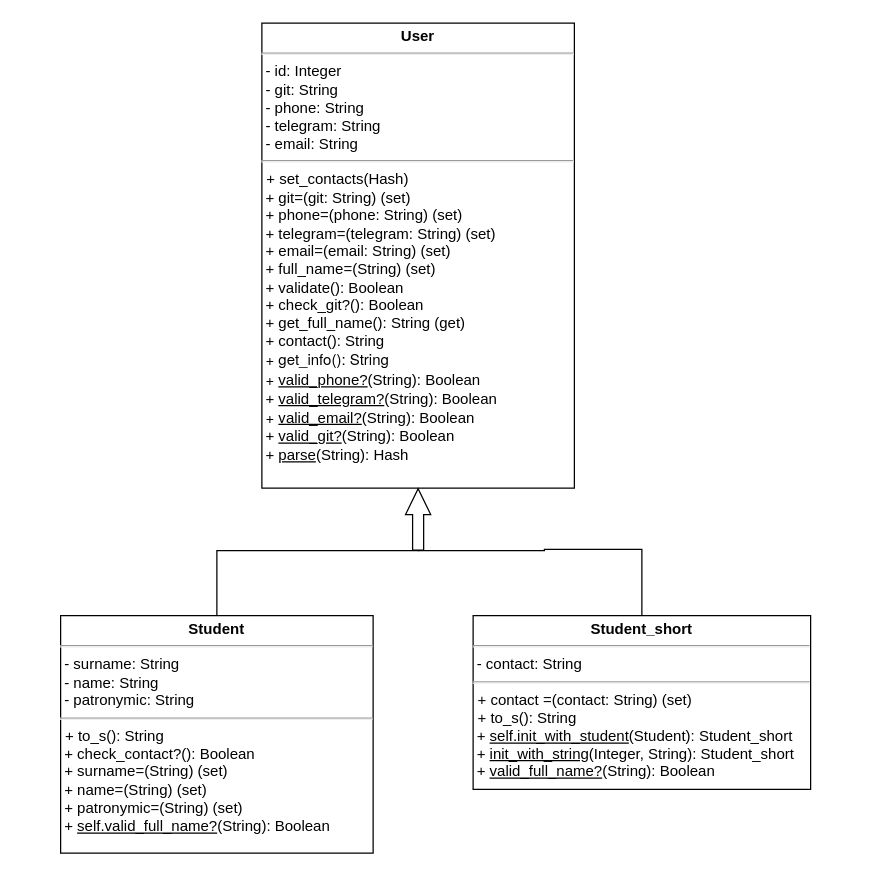
asyanix/designPatterns keeps this draw.io diagram as Student Authorization System/Student_Diagr.drawio. Above is the earlier version. Source tidied: cells renumbered, new cells numbered last; positions are measured from the earlier drawing's top-left corner, leaving out a move shared by most shapes. Both pictures are drawn from the tidied source at 125%, with x=0, y=0 at pixel (60, 22).
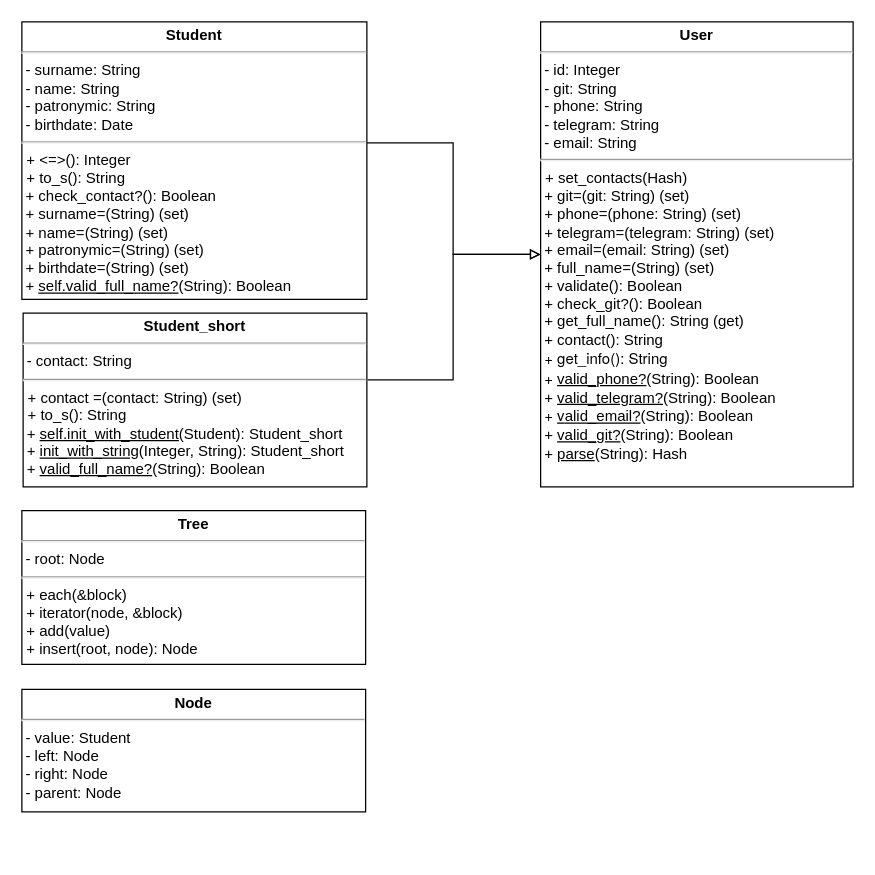
The same diagram, later.

Diff of the diagram source:
```diff
@@
 <mxGraphModel>
   <root>
     <mxCell id="0" />
     <mxCell id="1" parent="0" />
+    <mxCell id="8" style="edgeStyle=orthogonalEdgeStyle;rounded=0;jettySize=auto;html=1;exitX=0;exitY=0.5;exitDx=0;exitDy=0;endArrow=none;endFill=0;startArrow=block;startFill=0;" parent="1" edge="1" source="2">
+      <mxGeometry relative="1" as="geometry">
+        <mxPoint x="245.6" y="285.4" as="targetPoint" />
+        <Array as="points">
+          <mxPoint x="314" y="185" />
+          <mxPoint x="314" y="285" />
+        </Array>
+      </mxGeometry>
+    </mxCell>
     <mxCell id="2" value="&lt;p style=&quot;margin: 4px 0px 0px; text-align: center;&quot;&gt;&lt;b style=&quot;&quot;&gt;&lt;font style=&quot;font-size: 12px;&quot;&gt;User&lt;/font&gt;&lt;/b&gt;&lt;/p&gt;&lt;hr style=&quot;&quot;&gt;&lt;div style=&quot;border-color: var(--border-color);&quot;&gt;&lt;font style=&quot;border-color: var(--border-color); font-size: 12px;&quot; face=&quot;Helvetica&quot;&gt;&amp;nbsp;- id: Integer&lt;/font&gt;&lt;/div&gt;&lt;div style=&quot;border-color: var(--border-color);&quot;&gt;&lt;font style=&quot;font-size: 12px;&quot;&gt;&amp;nbsp;-&lt;/font&gt;&lt;span style=&quot;background-color: initial;&quot;&gt;&amp;nbsp;git: String&amp;nbsp;&lt;/span&gt;&lt;/div&gt;&lt;div style=&quot;border-color: var(--border-color);&quot;&gt;&lt;font style=&quot;font-size: 12px;&quot;&gt;&amp;nbsp;- phone: String&lt;/font&gt;&lt;/div&gt;&lt;div style=&quot;border-color: var(--border-color);&quot;&gt;&lt;font style=&quot;font-size: 12px;&quot;&gt;&amp;nbsp;- telegram: String&lt;/font&gt;&lt;/div&gt;&lt;div style=&quot;border-color: var(--border-color);&quot;&gt;&lt;font style=&quot;font-size: 12px;&quot;&gt;&amp;nbsp;- email: String&lt;/font&gt;&lt;/div&gt;&lt;hr style=&quot;&quot;&gt;&lt;p style=&quot;margin: 0px 0px 0px 4px;&quot;&gt;&lt;font style=&quot;font-size: 12px;&quot;&gt;+ set_contacts(Hash)&amp;nbsp;&lt;/font&gt;&lt;/p&gt;&lt;font style=&quot;font-size: 12px;&quot;&gt;&amp;nbsp;+ git=(git: String) (set)&lt;br&gt;&amp;nbsp;+ phone=(phone: String) (set)&lt;br&gt;&amp;nbsp;+ telegram=(telegram: String) (set)&lt;br&gt;&amp;nbsp;+&amp;nbsp;email=(email: String) (set)&lt;br style=&quot;&quot;&gt;&amp;nbsp;+ full_name=(String) (set)&lt;br style=&quot;&quot;&gt;&amp;nbsp;+&amp;nbsp;validate(): Boolean&lt;br style=&quot;&quot;&gt;&amp;nbsp;+&amp;nbsp;check_git?(): Boolean&lt;br style=&quot;&quot;&gt;&amp;nbsp;+&amp;nbsp;get_full_name(): String (get)&lt;br style=&quot;&quot;&gt;&amp;nbsp;+ contact(): String&lt;br style=&quot;&quot;&gt;&lt;span style=&quot;font-family: &amp;quot;Helvetica Neue&amp;quot;; background-color: initial;&quot; class=&quot;Apple-converted-space&quot;&gt;&amp;nbsp;+ get_info(): String&lt;span style=&quot;background-color: initial;&quot; class=&quot;Apple-converted-space&quot;&gt;&amp;nbsp;&lt;/span&gt;&lt;span style=&quot;background-color: initial;&quot;&gt;&amp;nbsp;&lt;br&gt;&lt;/span&gt;&amp;nbsp;+&amp;nbsp;&lt;/span&gt;&lt;u&gt;valid_phone?&lt;/u&gt;(String): Boolean&lt;br&gt;&amp;nbsp;+&amp;nbsp;&lt;u&gt;valid_telegram?&lt;/u&gt;(String): Boolean&lt;span style=&quot;font-family: &amp;quot;Helvetica Neue&amp;quot;; background-color: initial;&quot; class=&quot;Apple-converted-space&quot;&gt;&amp;nbsp;&lt;br&gt;&amp;nbsp;+&amp;nbsp;&lt;u&gt;v&lt;/u&gt;&lt;/span&gt;&lt;u&gt;alid_email?&lt;/u&gt;(String): Boolean&lt;br&gt;&amp;nbsp;+&amp;nbsp;&lt;u&gt;valid_git?&lt;/u&gt;(String): Boolean&lt;br&gt;&amp;nbsp;+&amp;nbsp;&lt;u&gt;parse&lt;/u&gt;(String): Hash&amp;nbsp;&lt;span style=&quot;font-family: &amp;quot;Helvetica Neue&amp;quot;; background-color: initial;&quot;&gt;&lt;/span&gt;&lt;br&gt;&lt;br&gt;&lt;span style=&quot;font-family: &amp;quot;Helvetica Neue&amp;quot;; background-color: initial;&quot; class=&quot;Apple-converted-space&quot;&gt;&amp;nbsp;&lt;/span&gt;&lt;/font&gt;" style="verticalAlign=top;align=left;overflow=fill;fontSize=12;fontFamily=Helvetica;html=1;whiteSpace=wrap;spacingLeft=1;spacing=0;spacingTop=0;" parent="1" vertex="1">
-      <mxGeometry x="161" width="250" height="372" as="geometry" />
+      <mxGeometry x="384" y="-1" width="250" height="372" as="geometry" />
     </mxCell>
-    <mxCell id="3" style="edgeStyle=orthogonalEdgeStyle;rounded=0;jettySize=auto;html=1;endArrow=none;endFill=0;exitX=0.5;exitY=0;exitDx=0;exitDy=0;" parent="1" edge="1" source="4">
-      <mxGeometry relative="1" as="geometry">
-        <mxPoint x="287" y="422" as="targetPoint" />
-        <Array as="points">
-          <mxPoint x="125" y="422" />
-        </Array>
-      </mxGeometry>
-    </mxCell>
-    <mxCell id="4" value="&lt;p style=&quot;margin: 4px 0px 0px; text-align: center; font-size: 12px;&quot;&gt;&lt;b style=&quot;font-size: 12px;&quot;&gt;&lt;font style=&quot;font-size: 12px;&quot;&gt;Student&lt;/font&gt;&lt;/b&gt;&lt;/p&gt;&lt;hr style=&quot;font-size: 12px;&quot;&gt;&lt;div style=&quot;border-color: var(--border-color); font-size: 12px;&quot;&gt;&lt;font style=&quot;border-color: var(--border-color); font-size: 12px;&quot;&gt;&amp;nbsp;- surname: String&amp;nbsp;&lt;br style=&quot;font-size: 12px;&quot;&gt;&lt;/font&gt;&lt;/div&gt;&lt;div style=&quot;border-color: var(--border-color); font-size: 12px;&quot;&gt;&lt;font style=&quot;border-color: var(--border-color); font-size: 12px;&quot;&gt;&amp;nbsp;- name: String&amp;nbsp;&lt;/font&gt;&lt;/div&gt;&lt;div style=&quot;border-color: var(--border-color); font-size: 12px;&quot;&gt;&lt;font style=&quot;border-color: var(--border-color); font-size: 12px;&quot;&gt;&amp;nbsp;- patronymic: String&amp;nbsp;&lt;/font&gt;&lt;/div&gt;&lt;hr style=&quot;font-size: 12px;&quot;&gt;&lt;p style=&quot;margin: 0px 0px 0px 4px; font-size: 12px;&quot;&gt;&lt;font style=&quot;font-size: 12px;&quot;&gt;+ t&lt;/font&gt;o_s(): String&lt;span style=&quot;font-size: 12px; background-color: initial;&quot; class=&quot;Apple-converted-space&quot;&gt;&amp;nbsp;&lt;/span&gt;&lt;/p&gt;&lt;font style=&quot;font-size: 12px;&quot;&gt;&amp;nbsp;+&amp;nbsp;check_contact?(): Boolean&lt;br style=&quot;font-size: 12px;&quot;&gt;&amp;nbsp;+ surname=(String) (set)&lt;br style=&quot;font-size: 12px;&quot;&gt;&amp;nbsp;+&amp;nbsp;name=(String) (set)&lt;br style=&quot;font-size: 12px;&quot;&gt;&amp;nbsp;+ patronymic=(String)&amp;nbsp;&lt;span style=&quot;background-color: initial; font-size: 12px;&quot; class=&quot;Apple-converted-space&quot;&gt;(set)&lt;span style=&quot;background-color: initial; font-size: 12px;&quot;&gt;&lt;br style=&quot;font-size: 12px;&quot;&gt;&lt;/span&gt;&amp;nbsp;+&amp;nbsp;&lt;u&gt;self.valid_full_name?&lt;/u&gt;(String): Boolean&lt;span style=&quot;font-size: 12px; background-color: initial;&quot; class=&quot;Apple-converted-space&quot;&gt;&amp;nbsp;&lt;/span&gt;&lt;/span&gt;&lt;br style=&quot;font-size: 12px;&quot;&gt;&lt;br style=&quot;font-size: 12px;&quot;&gt;&lt;span style=&quot;background-color: initial; font-size: 12px;&quot; class=&quot;Apple-converted-space&quot;&gt;&amp;nbsp;&lt;/span&gt;&lt;/font&gt;" style="verticalAlign=top;align=left;overflow=fill;fontSize=12;fontFamily=Helvetica;html=1;whiteSpace=wrap;spacingLeft=1;spacing=0;spacingTop=0;" parent="1" vertex="1">
-      <mxGeometry y="474" width="250" height="190" as="geometry" />
+    <mxCell id="4" value="&lt;p style=&quot;margin: 4px 0px 0px; text-align: center; font-size: 12px;&quot;&gt;&lt;b style=&quot;font-size: 12px;&quot;&gt;&lt;font style=&quot;font-size: 12px;&quot;&gt;Student&lt;/font&gt;&lt;/b&gt;&lt;/p&gt;&lt;hr style=&quot;font-size: 12px;&quot;&gt;&lt;div style=&quot;border-color: var(--border-color); font-size: 12px;&quot;&gt;&lt;font style=&quot;border-color: var(--border-color); font-size: 12px;&quot;&gt;&amp;nbsp;- surname: String&amp;nbsp;&lt;br style=&quot;font-size: 12px;&quot;&gt;&lt;/font&gt;&lt;/div&gt;&lt;div style=&quot;border-color: var(--border-color); font-size: 12px;&quot;&gt;&lt;font style=&quot;border-color: var(--border-color); font-size: 12px;&quot;&gt;&amp;nbsp;- name: String&amp;nbsp;&lt;/font&gt;&lt;/div&gt;&lt;div style=&quot;border-color: var(--border-color); font-size: 12px;&quot;&gt;&lt;font style=&quot;border-color: var(--border-color); font-size: 12px;&quot;&gt;&amp;nbsp;- patronymic: String&lt;/font&gt;&lt;/div&gt;&lt;div style=&quot;border-color: var(--border-color); font-size: 12px;&quot;&gt;&lt;font style=&quot;border-color: var(--border-color); font-size: 12px;&quot;&gt;&amp;nbsp;- birthdate: Date&amp;nbsp;&lt;/font&gt;&lt;/div&gt;&lt;hr style=&quot;font-size: 12px;&quot;&gt;&lt;p style=&quot;margin: 0px 0px 0px 4px; font-size: 12px;&quot;&gt;&lt;font style=&quot;font-size: 12px;&quot;&gt;+&amp;nbsp;&lt;/font&gt;&amp;lt;=&amp;gt;(): Integer&lt;/p&gt;&lt;p style=&quot;margin: 0px 0px 0px 4px; font-size: 12px;&quot;&gt;&lt;font style=&quot;font-size: 12px;&quot;&gt;+ t&lt;/font&gt;o_s(): String&lt;span style=&quot;font-size: 12px; background-color: initial;&quot; class=&quot;Apple-converted-space&quot;&gt;&amp;nbsp;&lt;/span&gt;&lt;/p&gt;&lt;font style=&quot;font-size: 12px;&quot;&gt;&amp;nbsp;+&amp;nbsp;check_contact?(): Boolean&lt;br style=&quot;font-size: 12px;&quot;&gt;&amp;nbsp;+ surname=(String) (set)&lt;br style=&quot;font-size: 12px;&quot;&gt;&amp;nbsp;+&amp;nbsp;name=(String) (set)&lt;br style=&quot;font-size: 12px;&quot;&gt;&amp;nbsp;+ patronymic=(String)&amp;nbsp;&lt;span style=&quot;background-color: initial; font-size: 12px;&quot; class=&quot;Apple-converted-space&quot;&gt;(set)&lt;br&gt;&amp;nbsp;+ birthdate=(String) (set)&lt;span style=&quot;background-color: initial; font-size: 12px;&quot;&gt;&lt;br style=&quot;font-size: 12px;&quot;&gt;&lt;/span&gt;&amp;nbsp;+&amp;nbsp;&lt;u&gt;self.valid_full_name?&lt;/u&gt;(String): Boolean&lt;span style=&quot;font-size: 12px; background-color: initial;&quot; class=&quot;Apple-converted-space&quot;&gt;&amp;nbsp;&lt;/span&gt;&lt;/span&gt;&lt;br style=&quot;font-size: 12px;&quot;&gt;&lt;br style=&quot;font-size: 12px;&quot;&gt;&lt;span style=&quot;background-color: initial; font-size: 12px;&quot; class=&quot;Apple-converted-space&quot;&gt;&amp;nbsp;&lt;/span&gt;&lt;/font&gt;" style="verticalAlign=top;align=left;overflow=fill;fontSize=12;fontFamily=Helvetica;html=1;whiteSpace=wrap;spacingLeft=1;spacing=0;spacingTop=0;" parent="1" vertex="1">
+      <mxGeometry x="-31" y="-1" width="276" height="222" as="geometry" />
     </mxCell>
-    <mxCell id="5" style="edgeStyle=orthogonalEdgeStyle;rounded=0;jettySize=auto;html=1;endArrow=none;endFill=0;" parent="1" edge="1" source="6">
-      <mxGeometry relative="1" as="geometry">
-        <mxPoint x="286" y="422" as="targetPoint" />
-        <Array as="points">
-          <mxPoint x="465" y="421" />
-          <mxPoint x="387" y="421" />
-        </Array>
-      </mxGeometry>
-    </mxCell>
     <mxCell id="6" value="&lt;p style=&quot;margin: 4px 0px 0px; text-align: center;&quot;&gt;&lt;b style=&quot;&quot;&gt;&lt;font face=&quot;Helvetica&quot; style=&quot;font-size: 12px;&quot;&gt;Student_short&lt;/font&gt;&lt;/b&gt;&lt;/p&gt;&lt;hr style=&quot;&quot;&gt;&lt;div style=&quot;border-color: var(--border-color);&quot;&gt;&lt;font style=&quot;font-size: 12px;&quot;&gt;&lt;span style=&quot;background-color: initial;&quot;&gt;&lt;font face=&quot;Lt6sbaxPKtE7krCIfs0r&quot;&gt;&amp;nbsp;-&lt;/font&gt;&amp;nbsp;contact&lt;/span&gt;&lt;span style=&quot;background-color: initial;&quot;&gt;: String&lt;/span&gt;&lt;/font&gt;&lt;/div&gt;&lt;hr style=&quot;&quot;&gt;&lt;p style=&quot;margin: 0px 0px 0px 4px;&quot;&gt;&lt;font style=&quot;font-size: 12px;&quot;&gt;&lt;font style=&quot;font-size: 12px;&quot;&gt;+ contact =(contact: String) (set)&lt;br&gt;&lt;/font&gt;&lt;/font&gt;&lt;/p&gt;&lt;p style=&quot;margin: 0px 0px 0px 4px;&quot;&gt;&lt;font style=&quot;font-size: 12px;&quot;&gt;&lt;font style=&quot;font-size: 12px;&quot;&gt;+&amp;nbsp;&lt;/font&gt;to_s(): String&lt;span style=&quot;background-color: initial;&quot; class=&quot;Apple-converted-space&quot;&gt;&amp;nbsp;&lt;/span&gt;&lt;/font&gt;&lt;/p&gt;&lt;font style=&quot;font-size: 12px;&quot;&gt;&lt;span style=&quot;background-color: initial;&quot; class=&quot;Apple-converted-space&quot;&gt;&amp;nbsp;+&amp;nbsp;&lt;/span&gt;&lt;u&gt;self.init_with_student&lt;/u&gt;(Student): Student_short&lt;br&gt;&amp;nbsp;+&amp;nbsp;&lt;u&gt;init_with_string&lt;/u&gt;(Integer, String): Student_short&lt;br&gt;&lt;span style=&quot;background-color: initial;&quot; class=&quot;Apple-converted-space&quot;&gt;&amp;nbsp;+&amp;nbsp;&lt;u&gt;valid_full_name?&lt;/u&gt;(String): Boolean&lt;/span&gt;&lt;br&gt;&lt;br&gt;&lt;span style=&quot;font-family: Lt6sbaxPKtE7krCIfs0r; background-color: initial;&quot; class=&quot;Apple-converted-space&quot;&gt;&amp;nbsp;&lt;/span&gt;&lt;/font&gt;" style="verticalAlign=top;align=left;overflow=fill;fontSize=12;fontFamily=Helvetica;html=1;whiteSpace=wrap;spacingLeft=1;spacing=0;spacingTop=0;" parent="1" vertex="1">
-      <mxGeometry x="330" y="474" width="270" height="139" as="geometry" />
+      <mxGeometry x="-30" y="232" width="275" height="139" as="geometry" />
     </mxCell>
-    <mxCell id="7" style="shape=flexArrow;endArrow=classic;html=1;rounded=0;endWidth=10.3125;endSize=6.5532467532467535;entryX=0.5;entryY=1;entryDx=0;entryDy=0;width=8.831168831168831;" parent="1" edge="1" target="2">
-      <mxGeometry relative="1" as="geometry">
-        <mxPoint x="286" y="422" as="sourcePoint" />
-      </mxGeometry>
-    </mxCell>
+    <mxCell id="9" style="edgeStyle=orthogonalEdgeStyle;rounded=0;jettySize=auto;html=1;exitX=0;exitY=0.5;exitDx=0;exitDy=0;entryX=1;entryY=0.436;entryDx=0;entryDy=0;entryPerimeter=0;endArrow=none;endFill=0;startArrow=block;startFill=0;" parent="1" edge="1" source="2" target="4">
+      <mxGeometry relative="1" as="geometry">
+        <Array as="points">
+          <mxPoint x="314" y="185" />
+          <mxPoint x="314" y="96" />
+        </Array>
+      </mxGeometry>
+    </mxCell>
+    <mxCell id="10" value="&lt;p style=&quot;margin: 4px 0px 0px; text-align: center;&quot;&gt;&lt;b style=&quot;&quot;&gt;&lt;font face=&quot;Helvetica&quot; style=&quot;font-size: 12px;&quot;&gt;Tree&lt;/font&gt;&lt;/b&gt;&lt;/p&gt;&lt;hr style=&quot;&quot;&gt;&lt;div style=&quot;border-color: var(--border-color);&quot;&gt;&lt;font style=&quot;font-size: 12px;&quot;&gt;&lt;span style=&quot;background-color: initial;&quot;&gt;&lt;font face=&quot;Lt6sbaxPKtE7krCIfs0r&quot;&gt;&amp;nbsp;-&lt;/font&gt;&amp;nbsp;root&lt;/span&gt;&lt;span style=&quot;background-color: initial;&quot;&gt;: Node&lt;/span&gt;&lt;/font&gt;&lt;/div&gt;&lt;hr style=&quot;&quot;&gt;&lt;p style=&quot;margin: 0px 0px 0px 4px;&quot;&gt;&lt;font style=&quot;font-size: 12px;&quot;&gt;&lt;font style=&quot;font-size: 12px;&quot;&gt;+ each(&amp;amp;block)&lt;br&gt;&lt;/font&gt;&lt;/font&gt;&lt;/p&gt;&lt;p style=&quot;margin: 0px 0px 0px 4px;&quot;&gt;&lt;font style=&quot;font-size: 12px;&quot;&gt;&lt;font style=&quot;font-size: 12px;&quot;&gt;+&amp;nbsp;&lt;/font&gt;iterator(node, &amp;amp;block)&lt;/font&gt;&lt;/p&gt;&lt;p style=&quot;margin: 0px 0px 0px 4px;&quot;&gt;&lt;font style=&quot;font-size: 12px;&quot;&gt;&lt;span style=&quot;background-color: initial;&quot; class=&quot;Apple-converted-space&quot;&gt;+ add(value)&lt;/span&gt;&lt;/font&gt;&lt;/p&gt;&lt;p style=&quot;margin: 0px 0px 0px 4px;&quot;&gt;&lt;font style=&quot;font-size: 12px;&quot;&gt;&lt;span style=&quot;background-color: initial;&quot; class=&quot;Apple-converted-space&quot;&gt;+ insert(root, node): Node&lt;/span&gt;&lt;/font&gt;&lt;/p&gt;" style="verticalAlign=top;align=left;overflow=fill;fontSize=12;fontFamily=Helvetica;html=1;whiteSpace=wrap;spacingLeft=1;spacing=0;spacingTop=0;" parent="1" vertex="1">
+      <mxGeometry x="-31" y="390" width="275" height="123" as="geometry" />
+    </mxCell>
+    <mxCell id="11" value="&lt;p style=&quot;margin: 4px 0px 0px; text-align: center;&quot;&gt;&lt;b&gt;Node&lt;/b&gt;&lt;/p&gt;&lt;hr style=&quot;&quot;&gt;&lt;div style=&quot;border-color: var(--border-color);&quot;&gt;&lt;font style=&quot;font-size: 12px;&quot;&gt;&lt;span style=&quot;background-color: initial;&quot;&gt;&lt;font face=&quot;Lt6sbaxPKtE7krCIfs0r&quot;&gt;&amp;nbsp;-&lt;/font&gt;&amp;nbsp;value&lt;/span&gt;&lt;span style=&quot;background-color: initial;&quot;&gt;: Student&lt;/span&gt;&lt;/font&gt;&lt;/div&gt;&lt;div style=&quot;border-color: var(--border-color);&quot;&gt;&lt;font style=&quot;font-size: 12px;&quot;&gt;&lt;span style=&quot;background-color: initial;&quot;&gt;&amp;nbsp;- left: Node&lt;/span&gt;&lt;/font&gt;&lt;/div&gt;&lt;div style=&quot;border-color: var(--border-color);&quot;&gt;&lt;font style=&quot;font-size: 12px;&quot;&gt;&lt;span style=&quot;background-color: initial;&quot;&gt;&amp;nbsp;- right: Node&lt;/span&gt;&lt;/font&gt;&lt;/div&gt;&lt;div style=&quot;border-color: var(--border-color);&quot;&gt;&lt;font style=&quot;font-size: 12px;&quot;&gt;&lt;span style=&quot;background-color: initial;&quot;&gt;&amp;nbsp;- parent: Node&lt;/span&gt;&lt;/font&gt;&lt;/div&gt;&lt;p style=&quot;margin: 0px 0px 0px 4px;&quot;&gt;&lt;br&gt;&lt;/p&gt;" style="verticalAlign=top;align=left;overflow=fill;fontSize=12;fontFamily=Helvetica;html=1;whiteSpace=wrap;spacingLeft=1;spacing=0;spacingTop=0;" parent="1" vertex="1">
+      <mxGeometry x="-31" y="533" width="275" height="98" as="geometry" />
+    </mxCell>
   </root>
 </mxGraphModel>
```
